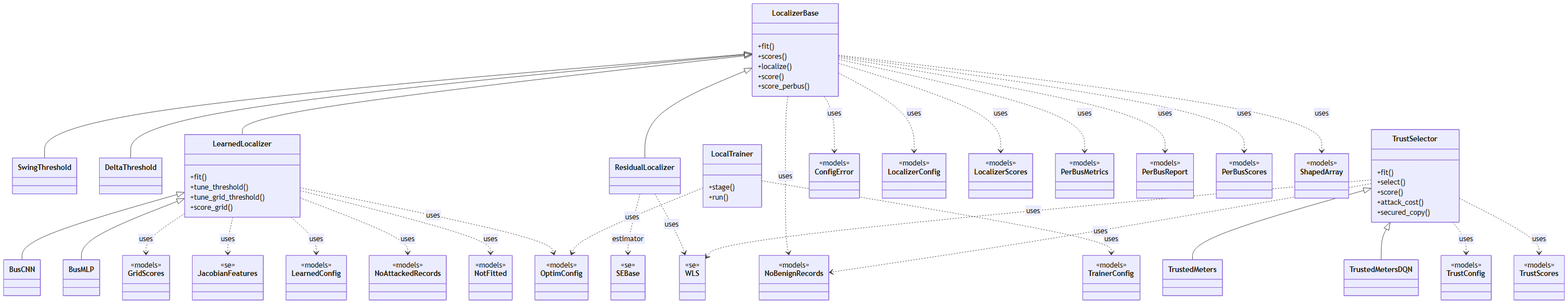
This is docs/figures/diagrams/classes_localization_trust.png from myersben9/fdia-graph, a Mermaid export, as it was before one commit. Its source is kept beside it as docs/figures/diagrams/classes_localization_trust.mmd.
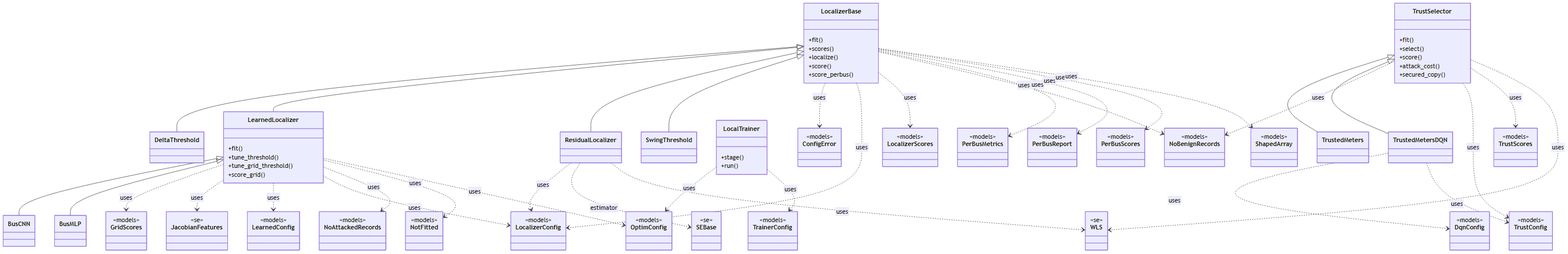
After the change.

Diff of the diagram source:
```diff
@@ -38,6 +38,9 @@
     class TrustedMetersDQN {
     }
     class ConfigError {
+        <<models>>
+    }
+    class DqnConfig {
         <<models>>
     }
     class GridScores {
@@ -105,6 +108,7 @@
     LearnedLocalizer ..> GridScores : uses
     LearnedLocalizer ..> JacobianFeatures : uses
     LearnedLocalizer ..> LearnedConfig : uses
+    LearnedLocalizer ..> LocalizerConfig : uses
     LearnedLocalizer ..> NoAttackedRecords : uses
     LearnedLocalizer ..> NotFitted : uses
     LearnedLocalizer ..> OptimConfig : uses
@@ -118,9 +122,12 @@
     LocalizerBase ..> PerBusReport : uses
     LocalizerBase ..> PerBusScores : uses
     LocalizerBase ..> ShapedArray : uses
+    ResidualLocalizer ..> LocalizerConfig : uses
     ResidualLocalizer ..> SEBase : estimator
     ResidualLocalizer ..> WLS : uses
     TrustSelector ..> NoBenignRecords : uses
     TrustSelector ..> TrustConfig : uses
     TrustSelector ..> TrustScores : uses
     TrustSelector ..> WLS : uses
+    TrustedMetersDQN ..> DqnConfig : uses
+    TrustedMetersDQN ..> TrustConfig : uses
```
